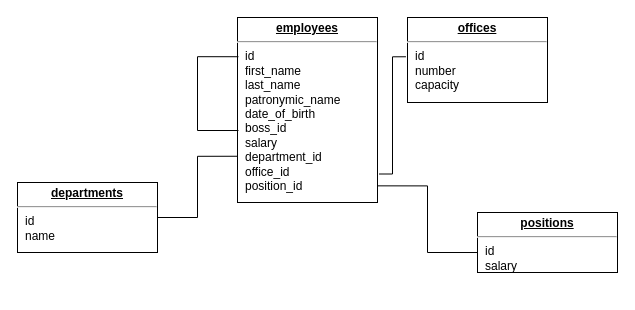
Earlier version of the draw.io diagram Диаграмма без названия.drawio (Stustan/PSQL-). Source tidied: cells renumbered, new cells numbered last; positions are measured from the earlier drawing's top-left corner, leaving out a move shared by most shapes. Both pictures are drawn from the tidied source at 100%, with x=0, y=0 at pixel (17, 17).
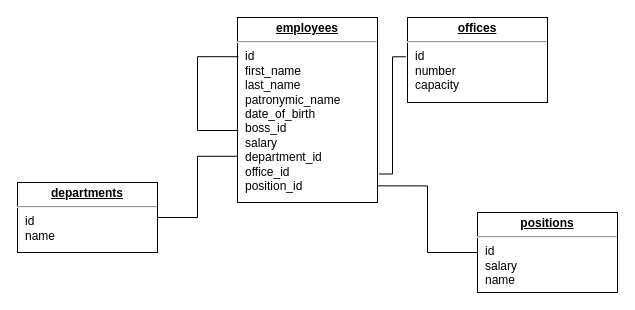
Above is the later version.

Diff of the diagram source:
```diff
@@
 <mxGraphModel>
   <root>
     <mxCell id="0" />
     <mxCell id="1" parent="0" />
     <mxCell id="2" style="edgeStyle=orthogonalEdgeStyle;rounded=0;html=1;labelBackgroundColor=none;endArrow=none;endFill=0;endSize=8;fontFamily=Verdana;fontSize=12;align=left;exitX=1;exitY=0.5;entryX=0;entryY=0.75;entryDx=0;entryDy=0;" parent="1" edge="1" source="3" target="7">
       <mxGeometry relative="1" as="geometry" />
     </mxCell>
     <mxCell id="3" value="&lt;p style=&quot;margin: 0px ; margin-top: 4px ; text-align: center ; text-decoration: underline&quot;&gt;&lt;b&gt;departments&lt;/b&gt;&lt;/p&gt;&lt;hr&gt;&lt;p style=&quot;margin: 0px ; margin-left: 8px&quot;&gt;id&lt;/p&gt;&lt;p style=&quot;margin: 0px ; margin-left: 8px&quot;&gt;name&lt;/p&gt;" style="verticalAlign=top;align=left;overflow=fill;fontSize=12;fontFamily=Helvetica;html=1;rounded=0;shadow=0;comic=0;labelBackgroundColor=none;strokeWidth=1;" parent="1" vertex="1">
       <mxGeometry y="165" width="140" height="70" as="geometry" />
     </mxCell>
     <mxCell id="4" style="edgeStyle=orthogonalEdgeStyle;rounded=0;html=1;exitX=0;exitY=0.667;entryX=0.995;entryY=0.91;labelBackgroundColor=none;endArrow=none;endFill=0;endSize=8;fontFamily=Verdana;fontSize=12;align=left;entryDx=0;entryDy=0;entryPerimeter=0;exitDx=0;exitDy=0;exitPerimeter=0;" parent="1" edge="1" source="5" target="7">
-      <mxGeometry relative="1" as="geometry" />
+      <mxGeometry relative="1" as="geometry">
+        <Array as="points">
+          <mxPoint x="460" y="235" />
+          <mxPoint x="410" y="235" />
+          <mxPoint x="410" y="168" />
+        </Array>
+      </mxGeometry>
     </mxCell>
-    <mxCell id="5" value="&lt;p style=&quot;margin: 0px ; margin-top: 4px ; text-align: center ; text-decoration: underline&quot;&gt;&lt;b&gt;positions&lt;/b&gt;&lt;/p&gt;&lt;hr&gt;&lt;p style=&quot;margin: 0px ; margin-left: 8px&quot;&gt;id&lt;/p&gt;&lt;p style=&quot;margin: 0px ; margin-left: 8px&quot;&gt;salary&lt;/p&gt;" style="verticalAlign=top;align=left;overflow=fill;fontSize=12;fontFamily=Helvetica;html=1;rounded=0;shadow=0;comic=0;labelBackgroundColor=none;strokeWidth=1;" parent="1" vertex="1">
-      <mxGeometry x="460" y="195" width="140" height="60" as="geometry" />
+    <mxCell id="5" value="&lt;p style=&quot;margin: 0px ; margin-top: 4px ; text-align: center ; text-decoration: underline&quot;&gt;&lt;b&gt;positions&lt;/b&gt;&lt;/p&gt;&lt;hr&gt;&lt;p style=&quot;margin: 0px ; margin-left: 8px&quot;&gt;id&lt;/p&gt;&lt;p style=&quot;margin: 0px ; margin-left: 8px&quot;&gt;salary&lt;/p&gt;&lt;p style=&quot;margin: 0px ; margin-left: 8px&quot;&gt;name&lt;/p&gt;" style="verticalAlign=top;align=left;overflow=fill;fontSize=12;fontFamily=Helvetica;html=1;rounded=0;shadow=0;comic=0;labelBackgroundColor=none;strokeWidth=1;" parent="1" vertex="1">
+      <mxGeometry x="460" y="195" width="140" height="80" as="geometry" />
     </mxCell>
     <mxCell id="6" style="edgeStyle=orthogonalEdgeStyle;rounded=0;html=1;exitX=1.011;exitY=0.846;entryX=-0.011;entryY=0.462;labelBackgroundColor=none;endArrow=none;endFill=0;endSize=8;fontFamily=Verdana;fontSize=12;align=left;entryDx=0;entryDy=0;entryPerimeter=0;exitDx=0;exitDy=0;exitPerimeter=0;" parent="1" edge="1" source="7" target="8">
       <mxGeometry relative="1" as="geometry" />
     </mxCell>
     <mxCell id="7" value="&lt;p style=&quot;margin: 0px ; margin-top: 4px ; text-align: center ; text-decoration: underline&quot;&gt;&lt;b&gt;employees&lt;/b&gt;&lt;/p&gt;&lt;hr&gt;&lt;p style=&quot;margin: 0px ; margin-left: 8px&quot;&gt;id&lt;br&gt;first_name&lt;/p&gt;&lt;p style=&quot;margin: 0px ; margin-left: 8px&quot;&gt;last_name&lt;/p&gt;&lt;p style=&quot;margin: 0px ; margin-left: 8px&quot;&gt;patronymic_name&lt;/p&gt;&lt;p style=&quot;margin: 0px ; margin-left: 8px&quot;&gt;date_of_birth&lt;/p&gt;&lt;p style=&quot;margin: 0px ; margin-left: 8px&quot;&gt;boss_id&lt;/p&gt;&lt;p style=&quot;margin: 0px ; margin-left: 8px&quot;&gt;salary&lt;/p&gt;&lt;p style=&quot;margin: 0px ; margin-left: 8px&quot;&gt;department_id&lt;/p&gt;&lt;p style=&quot;margin: 0px ; margin-left: 8px&quot;&gt;office_id&lt;/p&gt;&lt;p style=&quot;margin: 0px ; margin-left: 8px&quot;&gt;position_id&lt;/p&gt;" style="verticalAlign=top;align=left;overflow=fill;fontSize=12;fontFamily=Helvetica;html=1;rounded=0;shadow=0;comic=0;labelBackgroundColor=none;strokeWidth=1;" parent="1" vertex="1">
       <mxGeometry x="220" width="140" height="185" as="geometry" />
     </mxCell>
     <mxCell id="8" value="&lt;p style=&quot;margin: 0px ; margin-top: 4px ; text-align: center ; text-decoration: underline&quot;&gt;&lt;b&gt;offices&lt;/b&gt;&lt;/p&gt;&lt;hr&gt;&lt;p style=&quot;margin: 0px ; margin-left: 8px&quot;&gt;id&lt;/p&gt;&lt;p style=&quot;margin: 0px ; margin-left: 8px&quot;&gt;number&lt;/p&gt;&lt;p style=&quot;margin: 0px ; margin-left: 8px&quot;&gt;capacity&lt;/p&gt;" style="verticalAlign=top;align=left;overflow=fill;fontSize=12;fontFamily=Helvetica;html=1;rounded=0;shadow=0;comic=0;labelBackgroundColor=none;strokeWidth=1;" parent="1" vertex="1">
       <mxGeometry x="390" width="140" height="85" as="geometry" />
     </mxCell>
     <mxCell id="9" style="edgeStyle=orthogonalEdgeStyle;rounded=0;html=1;labelBackgroundColor=none;endArrow=none;endFill=0;endSize=8;fontFamily=Verdana;fontSize=12;align=left;exitX=0.007;exitY=0.611;exitDx=0;exitDy=0;exitPerimeter=0;entryX=0.007;entryY=0.212;entryDx=0;entryDy=0;entryPerimeter=0;" parent="1" edge="1" source="7" target="7">
       <mxGeometry relative="1" as="geometry">
         <Array as="points">
           <mxPoint x="180" y="113" />
           <mxPoint x="180" y="39" />
         </Array>
       </mxGeometry>
     </mxCell>
   </root>
 </mxGraphModel>
```
